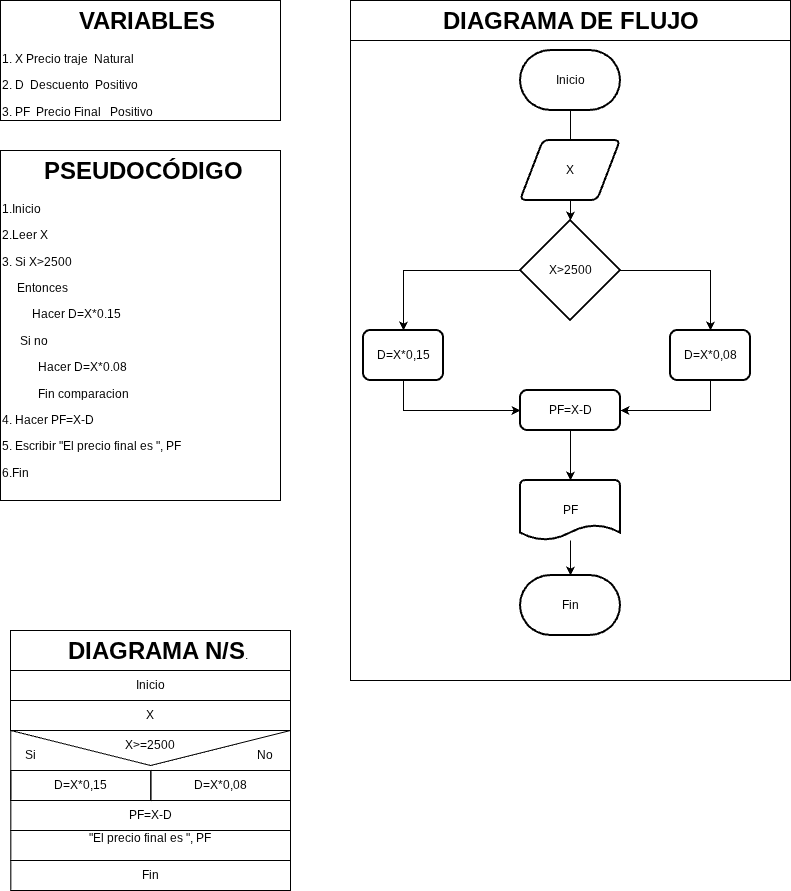
Before: EstructurasSelectivas/Ejercicio_0.4_CarlosSamosa.drawio.png, a diagram exported from draw.io (carlossamosam-a11y/67). Source tidied: cells renumbered, new cells last; positions are measured from the earlier drawing's top-left corner, leaving out a move shared by most shapes.
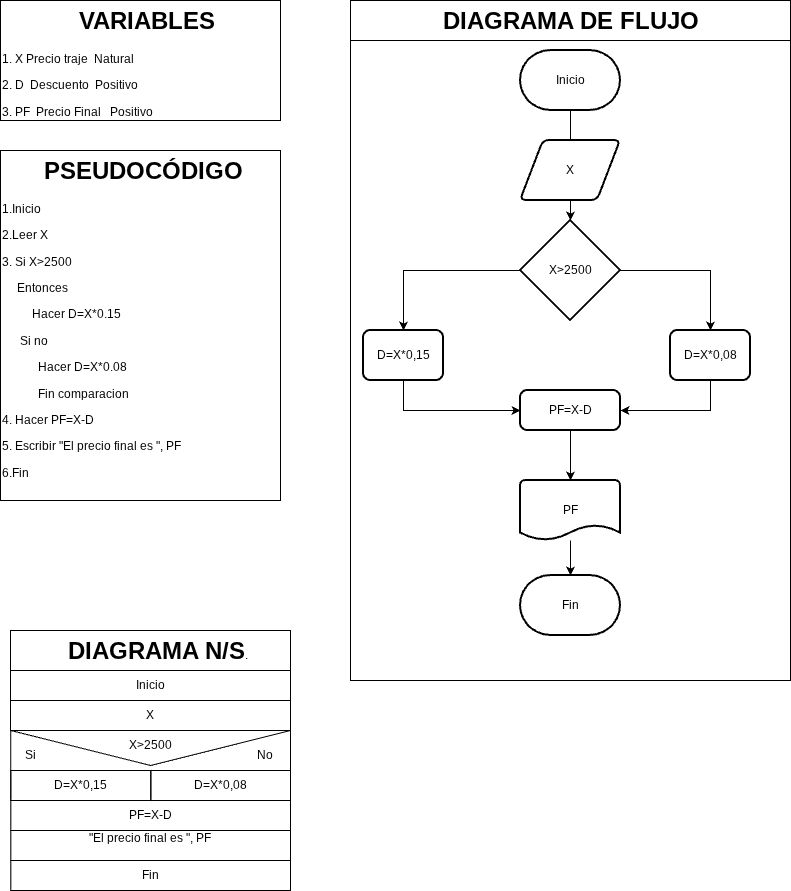
Later version of the same file.

The edit, as a diff of the source:
```diff
@@ -35,7 +35,7 @@
     <mxCell id="12" value="&lt;span style=&quot;text-align: left;&quot;&gt;D=X*0,08&lt;/span&gt;" style="rounded=0;whiteSpace=wrap;html=1;fillColor=none;" parent="1" vertex="1">
       <mxGeometry x="150.3" y="770" width="139.7" height="30" as="geometry" />
     </mxCell>
-    <mxCell id="13" value="X&amp;gt;=2500" style="text;html=1;whiteSpace=wrap;strokeColor=none;fillColor=none;align=center;verticalAlign=middle;rounded=0;" parent="1" vertex="1">
+    <mxCell id="13" value="X&amp;gt;2500" style="text;html=1;whiteSpace=wrap;strokeColor=none;fillColor=none;align=center;verticalAlign=middle;rounded=0;" parent="1" vertex="1">
       <mxGeometry x="115" y="730" width="70" height="30" as="geometry" />
     </mxCell>
     <mxCell id="14" value="&lt;h1 style=&quot;text-align: center; margin-top: 0px;&quot;&gt;&amp;nbsp; &amp;nbsp; &amp;nbsp; &amp;nbsp; &amp;nbsp; &amp;nbsp; &amp;nbsp;DIAGRAMA DE FLUJO&lt;/h1&gt;&lt;p&gt;&lt;br&gt;&lt;/p&gt;" style="text;html=1;whiteSpace=wrap;overflow=hidden;rounded=0;perimeterSpacing=1;strokeColor=default;" parent="1" vertex="1">
```
